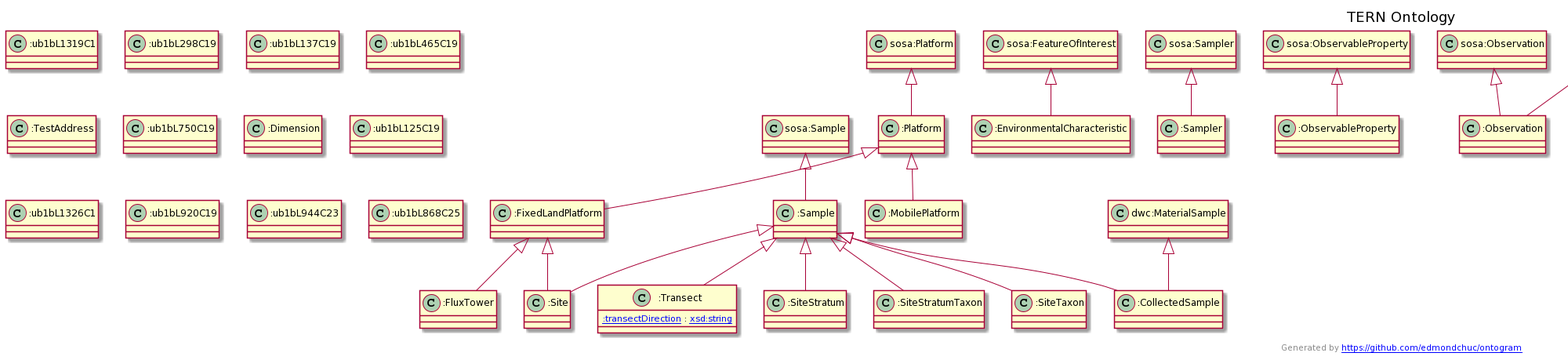
The PlantUML diagram docs/tern.ttl.txt.png in ternaustralia/ontology_tern, before a commit. Source of this version:
```plantuml
@startuml
title TERN Ontology
":Sample" <|-- ":Transect"
"sosa:FeatureOfInterest" <|-- ":EnvironmentalCharacteristic"
"sosa:Sampler" <|-- ":Sampler"
"sosa:ObservableProperty" <|-- ":ObservableProperty"
"sosa:Observation" <|-- ":Observation"
"prov:Activity" <|-- ":Observation"
"ssn:Input" <|-- ":Input"
":Platform" <|-- ":MobilePlatform"
"sosa:Procedure" <|-- ":Procedure"
"schema:PropertyValue" <|-- ":PropertyValue"
"skos:Concept" <|-- ":Parameter"
"sosa:Platform" <|-- ":Platform"
":TestAgent" <|-- ":TestPerson"
":Platform" <|-- ":FixedLandPlatform"
":FixedLandPlatform" <|-- ":Site"
":Sample" <|-- ":Site"
"sosa:Result" <|-- ":Result"
"sosa:Sample" <|-- ":Sample"
"prov:Activity" <|-- ":SiteVisit"
":Sample" <|-- ":SiteStratum"
"sosa:Sampling" <|-- ":Sampling"
"prov:Activity" <|-- ":Sampling"
":Point" <|-- ":SamplingPoint"
"dwc:MaterialSample" <|-- ":CollectedSample"
":Sample" <|-- ":CollectedSample"
":Sample" <|-- ":SiteStratumTaxon"
":FixedLandPlatform" <|-- ":FluxTower"
":TestAgent" <|-- ":TestOrganization"
":Sample" <|-- ":SiteTaxon"
"skos:Concept" <|-- ":Method"
Class ":ub1bL1319C1" [[ub1bL1319C1]] {
}
Class ":ub1bL298C19" [[ub1bL298C19]] {
}
Class ":Transect" [[https://w3id.org/tern/ontologies/tern/Transect]] {
[[https://w3id.org/tern/ontologies/tern/transectDirection :transectDirection]] : [[http://www.w3.org/2001/XMLSchema#string xsd:string]]
}
Class ":TestAgent" [[https://w3id.org/tern/ontologies/tern/TestAgent]] {
}
Class ":EnvironmentalCharacteristic" [[https://w3id.org/tern/ontologies/tern/EnvironmentalCharacteristic]] {
}
Class ":Sampler" [[https://w3id.org/tern/ontologies/tern/Sampler]] {
}
Class ":ObservableProperty" [[https://w3id.org/tern/ontologies/tern/ObservableProperty]] {
}
Class ":Observation" [[https://w3id.org/tern/ontologies/tern/Observation]] {
}
Class ":ub1bL137C19" [[ub1bL137C19]] {
}
Class ":Input" [[https://w3id.org/tern/ontologies/tern/Input]] {
}
Class ":MobilePlatform" [[https://w3id.org/tern/ontologies/tern/MobilePlatform]] {
}
Class ":Procedure" [[https://w3id.org/tern/ontologies/tern/Procedure]] {
}
Class ":ub1bL465C19" [[ub1bL465C19]] {
}
Class ":TestAddress" [[https://w3id.org/tern/ontologies/tern/TestAddress]] {
}
Class ":PropertyValue" [[https://w3id.org/tern/ontologies/tern/PropertyValue]] {
}
Class ":Parameter" [[https://w3id.org/tern/ontologies/tern/Parameter]] {
}
Class ":Platform" [[https://w3id.org/tern/ontologies/tern/Platform]] {
}
Class ":TestPerson" [[https://w3id.org/tern/ontologies/tern/TestPerson]] {
}
Class ":ub1bL750C19" [[ub1bL750C19]] {
}
Class ":Dimension" [[https://w3id.org/tern/ontologies/tern/Dimension]] {
}
Class "dwc:MaterialSample" [[http://rs.tdwg.org/dwc/terms/MaterialSample]] {
}
Class ":ub1bL125C19" [[ub1bL125C19]] {
}
Class ":FixedLandPlatform" [[https://w3id.org/tern/ontologies/tern/FixedLandPlatform]] {
}
Class ":Site" [[https://w3id.org/tern/ontologies/tern/Site]] {
}
Class ":ub1bL1326C1" [[ub1bL1326C1]] {
}
Class ":Result" [[https://w3id.org/tern/ontologies/tern/Result]] {
}
Class ":Sample" [[https://w3id.org/tern/ontologies/tern/Sample]] {
}
Class ":SiteVisit" [[https://w3id.org/tern/ontologies/tern/SiteVisit]] {
}
Class ":SiteStratum" [[https://w3id.org/tern/ontologies/tern/SiteStratum]] {
}
Class ":ub1bL920C19" [[ub1bL920C19]] {
}
Class ":Sampling" [[https://w3id.org/tern/ontologies/tern/Sampling]] {
}
Class ":SamplingPoint" [[https://w3id.org/tern/ontologies/tern/SamplingPoint]] {
}
Class ":ub1bL944C23" [[ub1bL944C23]] {
}
Class ":CollectedSample" [[https://w3id.org/tern/ontologies/tern/CollectedSample]] {
}
Class ":SiteStratumTaxon" [[https://w3id.org/tern/ontologies/tern/SiteStratumTaxon]] {
}
Class ":ub1bL868C25" [[ub1bL868C25]] {
}
Class ":FluxTower" [[https://w3id.org/tern/ontologies/tern/FluxTower]] {
}
Class ":TestOrganization" [[https://w3id.org/tern/ontologies/tern/TestOrganization]] {
}
Class ":SiteTaxon" [[https://w3id.org/tern/ontologies/tern/SiteTaxon]] {
}
Class ":Method" [[https://w3id.org/tern/ontologies/tern/Method]] {
}
header
Creator: Edmond Chuc (e.chuc@uq.edu.au)
endheader
center footer Generated by [[https://github.com/edmondchuc/ontogram https://github.com/edmondchuc/ontogram]]
@enduml
```
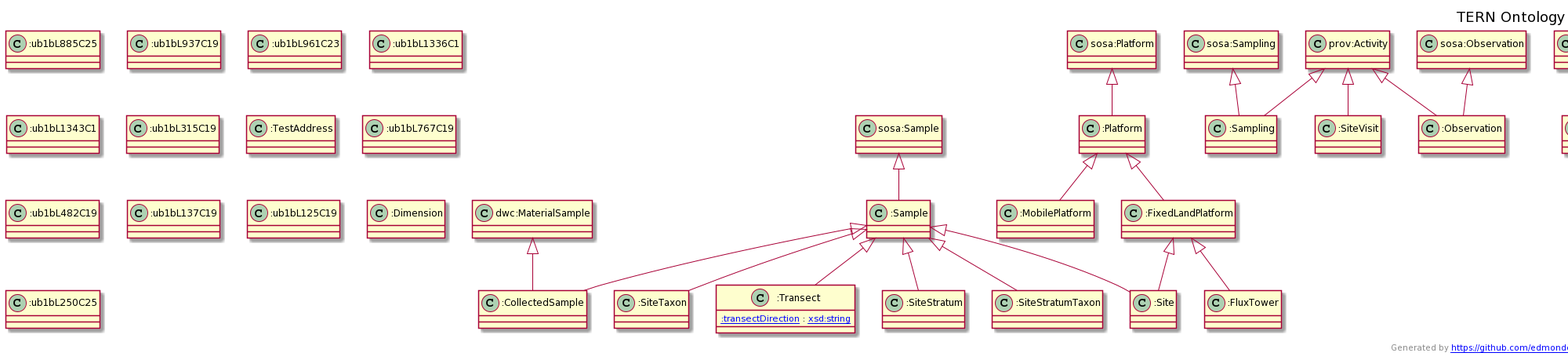
The same file after the commit.

Commit message:
Added some restrictions on tern:Method

Diff of the diagram source:
```diff
@@ -1,115 +1,117 @@
 @startuml
 title TERN Ontology
+":Platform" <|-- ":MobilePlatform"
+"sosa:Sampling" <|-- ":Sampling"
+"prov:Activity" <|-- ":Sampling"
+"ssn:Input" <|-- ":Input"
+":Sample" <|-- ":SiteTaxon"
+":Sample" <|-- ":CollectedSample"
+"dwc:MaterialSample" <|-- ":CollectedSample"
+":Platform" <|-- ":FixedLandPlatform"
+"sosa:Procedure" <|-- ":Procedure"
+"sosa:Platform" <|-- ":Platform"
+"skos:Concept" <|-- ":Parameter"
+"sosa:Result" <|-- ":Result"
+":FixedLandPlatform" <|-- ":Site"
+":Sample" <|-- ":Site"
+":TestAgent" <|-- ":TestPerson"
+":FixedLandPlatform" <|-- ":FluxTower"
+"schema:PropertyValue" <|-- ":PropertyValue"
 ":Sample" <|-- ":Transect"
-"sosa:FeatureOfInterest" <|-- ":EnvironmentalCharacteristic"
+"prov:Activity" <|-- ":SiteVisit"
 "sosa:Sampler" <|-- ":Sampler"
-"sosa:ObservableProperty" <|-- ":ObservableProperty"
 "sosa:Observation" <|-- ":Observation"
 "prov:Activity" <|-- ":Observation"
-"ssn:Input" <|-- ":Input"
-":Platform" <|-- ":MobilePlatform"
-"sosa:Procedure" <|-- ":Procedure"
-"schema:PropertyValue" <|-- ":PropertyValue"
-"skos:Concept" <|-- ":Parameter"
-"sosa:Platform" <|-- ":Platform"
-":TestAgent" <|-- ":TestPerson"
-":Platform" <|-- ":FixedLandPlatform"
-":FixedLandPlatform" <|-- ":Site"
-":Sample" <|-- ":Site"
-"sosa:Result" <|-- ":Result"
+":TestAgent" <|-- ":TestOrganization"
 "sosa:Sample" <|-- ":Sample"
-"prov:Activity" <|-- ":SiteVisit"
 ":Sample" <|-- ":SiteStratum"
-"sosa:Sampling" <|-- ":Sampling"
-"prov:Activity" <|-- ":Sampling"
+"skos:Concept" <|-- ":Method"
 ":Point" <|-- ":SamplingPoint"
-"dwc:MaterialSample" <|-- ":CollectedSample"
-":Sample" <|-- ":CollectedSample"
+"sosa:ObservableProperty" <|-- ":ObservableProperty"
+"sosa:FeatureOfInterest" <|-- ":EnvironmentalCharacteristic"
 ":Sample" <|-- ":SiteStratumTaxon"
-":FixedLandPlatform" <|-- ":FluxTower"
-":TestAgent" <|-- ":TestOrganization"
-":Sample" <|-- ":SiteTaxon"
-"skos:Concept" <|-- ":Method"
-Class ":ub1bL1319C1" [[ub1bL1319C1]] {
+Class ":ub1bL885C25" [[ub1bL885C25]] {
 }
-Class ":ub1bL298C19" [[ub1bL298C19]] {
+Class ":MobilePlatform" [[https://w3id.org/tern/ontologies/tern/MobilePlatform]] {
+}
+Class ":Sampling" [[https://w3id.org/tern/ontologies/tern/Sampling]] {
+}
+Class ":Input" [[https://w3id.org/tern/ontologies/tern/Input]] {
+}
+Class "dwc:MaterialSample" [[http://rs.tdwg.org/dwc/terms/MaterialSample]] {
+}
+Class ":ub1bL937C19" [[ub1bL937C19]] {
+}
+Class ":ub1bL961C23" [[ub1bL961C23]] {
+}
+Class ":SiteTaxon" [[https://w3id.org/tern/ontologies/tern/SiteTaxon]] {
+}
+Class ":CollectedSample" [[https://w3id.org/tern/ontologies/tern/CollectedSample]] {
+}
+Class ":ub1bL1336C1" [[ub1bL1336C1]] {
+}
+Class ":FixedLandPlatform" [[https://w3id.org/tern/ontologies/tern/FixedLandPlatform]] {
+}
+Class ":ub1bL1343C1" [[ub1bL1343C1]] {
+}
+Class ":Procedure" [[https://w3id.org/tern/ontologies/tern/Procedure]] {
+}
+Class ":Platform" [[https://w3id.org/tern/ontologies/tern/Platform]] {
+}
+Class ":Parameter" [[https://w3id.org/tern/ontologies/tern/Parameter]] {
+}
+Class ":ub1bL315C19" [[ub1bL315C19]] {
+}
+Class ":Result" [[https://w3id.org/tern/ontologies/tern/Result]] {
+}
+Class ":TestAgent" [[https://w3id.org/tern/ontologies/tern/TestAgent]] {
+}
+Class ":Site" [[https://w3id.org/tern/ontologies/tern/Site]] {
+}
+Class ":TestAddress" [[https://w3id.org/tern/ontologies/tern/TestAddress]] {
+}
+Class ":TestPerson" [[https://w3id.org/tern/ontologies/tern/TestPerson]] {
+}
+Class ":FluxTower" [[https://w3id.org/tern/ontologies/tern/FluxTower]] {
+}
+Class ":PropertyValue" [[https://w3id.org/tern/ontologies/tern/PropertyValue]] {
 }
 Class ":Transect" [[https://w3id.org/tern/ontologies/tern/Transect]] {
 [[https://w3id.org/tern/ontologies/tern/transectDirection :transectDirection]] : [[http://www.w3.org/2001/XMLSchema#string xsd:string]]
 }
-Class ":TestAgent" [[https://w3id.org/tern/ontologies/tern/TestAgent]] {
+Class ":SiteVisit" [[https://w3id.org/tern/ontologies/tern/SiteVisit]] {
+}
+Class ":ub1bL767C19" [[ub1bL767C19]] {
+}
+Class ":ub1bL482C19" [[ub1bL482C19]] {
+}
+Class ":Sampler" [[https://w3id.org/tern/ontologies/tern/Sampler]] {
+}
+Class ":Observation" [[https://w3id.org/tern/ontologies/tern/Observation]] {
+}
+Class ":TestOrganization" [[https://w3id.org/tern/ontologies/tern/TestOrganization]] {
+}
+Class ":Sample" [[https://w3id.org/tern/ontologies/tern/Sample]] {
+}
+Class ":ub1bL137C19" [[ub1bL137C19]] {
+}
+Class ":ub1bL125C19" [[ub1bL125C19]] {
+}
+Class ":Dimension" [[https://w3id.org/tern/ontologies/tern/Dimension]] {
+}
+Class ":SiteStratum" [[https://w3id.org/tern/ontologies/tern/SiteStratum]] {
+}
+Class ":Method" [[https://w3id.org/tern/ontologies/tern/Method]] {
+}
+Class ":ub1bL250C25" [[ub1bL250C25]] {
+}
+Class ":SamplingPoint" [[https://w3id.org/tern/ontologies/tern/SamplingPoint]] {
+}
+Class ":ObservableProperty" [[https://w3id.org/tern/ontologies/tern/ObservableProperty]] {
 }
 Class ":EnvironmentalCharacteristic" [[https://w3id.org/tern/ontologies/tern/EnvironmentalCharacteristic]] {
 }
-Class ":Sampler" [[https://w3id.org/tern/ontologies/tern/Sampler]] {
-}
-Class ":ObservableProperty" [[https://w3id.org/tern/ontologies/tern/ObservableProperty]] {
-}
-Class ":Observation" [[https://w3id.org/tern/ontologies/tern/Observation]] {
-}
-Class ":ub1bL137C19" [[ub1bL137C19]] {
-}
-Class ":Input" [[https://w3id.org/tern/ontologies/tern/Input]] {
-}
-Class ":MobilePlatform" [[https://w3id.org/tern/ontologies/tern/MobilePlatform]] {
-}
-Class ":Procedure" [[https://w3id.org/tern/ontologies/tern/Procedure]] {
-}
-Class ":ub1bL465C19" [[ub1bL465C19]] {
-}
-Class ":TestAddress" [[https://w3id.org/tern/ontologies/tern/TestAddress]] {
-}
-Class ":PropertyValue" [[https://w3id.org/tern/ontologies/tern/PropertyValue]] {
-}
-Class ":Parameter" [[https://w3id.org/tern/ontologies/tern/Parameter]] {
-}
-Class ":Platform" [[https://w3id.org/tern/ontologies/tern/Platform]] {
-}
-Class ":TestPerson" [[https://w3id.org/tern/ontologies/tern/TestPerson]] {
-}
-Class ":ub1bL750C19" [[ub1bL750C19]] {
-}
-Class ":Dimension" [[https://w3id.org/tern/ontologies/tern/Dimension]] {
-}
-Class "dwc:MaterialSample" [[http://rs.tdwg.org/dwc/terms/MaterialSample]] {
-}
-Class ":ub1bL125C19" [[ub1bL125C19]] {
-}
-Class ":FixedLandPlatform" [[https://w3id.org/tern/ontologies/tern/FixedLandPlatform]] {
-}
-Class ":Site" [[https://w3id.org/tern/ontologies/tern/Site]] {
-}
-Class ":ub1bL1326C1" [[ub1bL1326C1]] {
-}
-Class ":Result" [[https://w3id.org/tern/ontologies/tern/Result]] {
-}
-Class ":Sample" [[https://w3id.org/tern/ontologies/tern/Sample]] {
-}
-Class ":SiteVisit" [[https://w3id.org/tern/ontologies/tern/SiteVisit]] {
-}
-Class ":SiteStratum" [[https://w3id.org/tern/ontologies/tern/SiteStratum]] {
-}
-Class ":ub1bL920C19" [[ub1bL920C19]] {
-}
-Class ":Sampling" [[https://w3id.org/tern/ontologies/tern/Sampling]] {
-}
-Class ":SamplingPoint" [[https://w3id.org/tern/ontologies/tern/SamplingPoint]] {
-}
-Class ":ub1bL944C23" [[ub1bL944C23]] {
-}
-Class ":CollectedSample" [[https://w3id.org/tern/ontologies/tern/CollectedSample]] {
-}
 Class ":SiteStratumTaxon" [[https://w3id.org/tern/ontologies/tern/SiteStratumTaxon]] {
-}
-Class ":ub1bL868C25" [[ub1bL868C25]] {
-}
-Class ":FluxTower" [[https://w3id.org/tern/ontologies/tern/FluxTower]] {
-}
-Class ":TestOrganization" [[https://w3id.org/tern/ontologies/tern/TestOrganization]] {
-}
-Class ":SiteTaxon" [[https://w3id.org/tern/ontologies/tern/SiteTaxon]] {
-}
-Class ":Method" [[https://w3id.org/tern/ontologies/tern/Method]] {
 }
 header
 Creator: Edmond Chuc (e.chuc@uq.edu.au)
```
